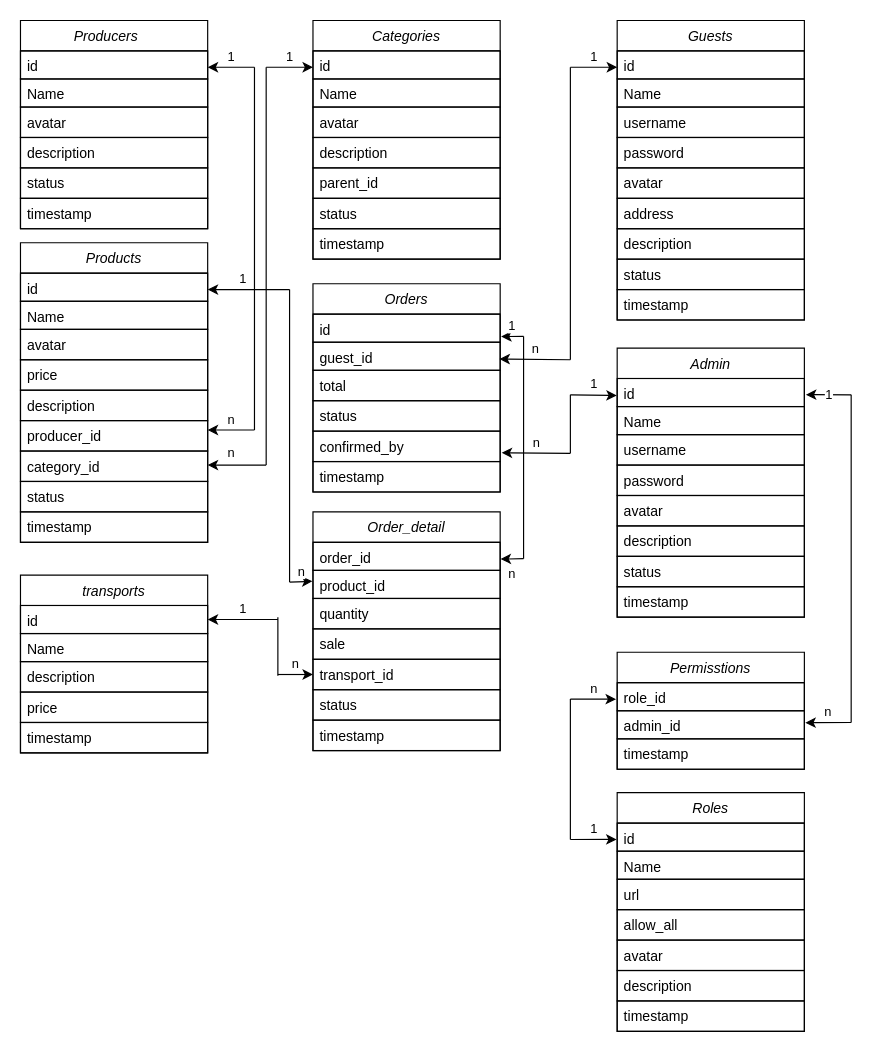
Above: DeTai.drawio in congthuan012/DeTai (draw.io), before the change. Source tidied: cells renumbered, new cells numbered last; positions are measured from the earlier drawing's top-left corner, leaving out a move shared by most shapes. Both pictures are drawn from the tidied source at 117%, with x=0, y=0 at pixel (20, 20).
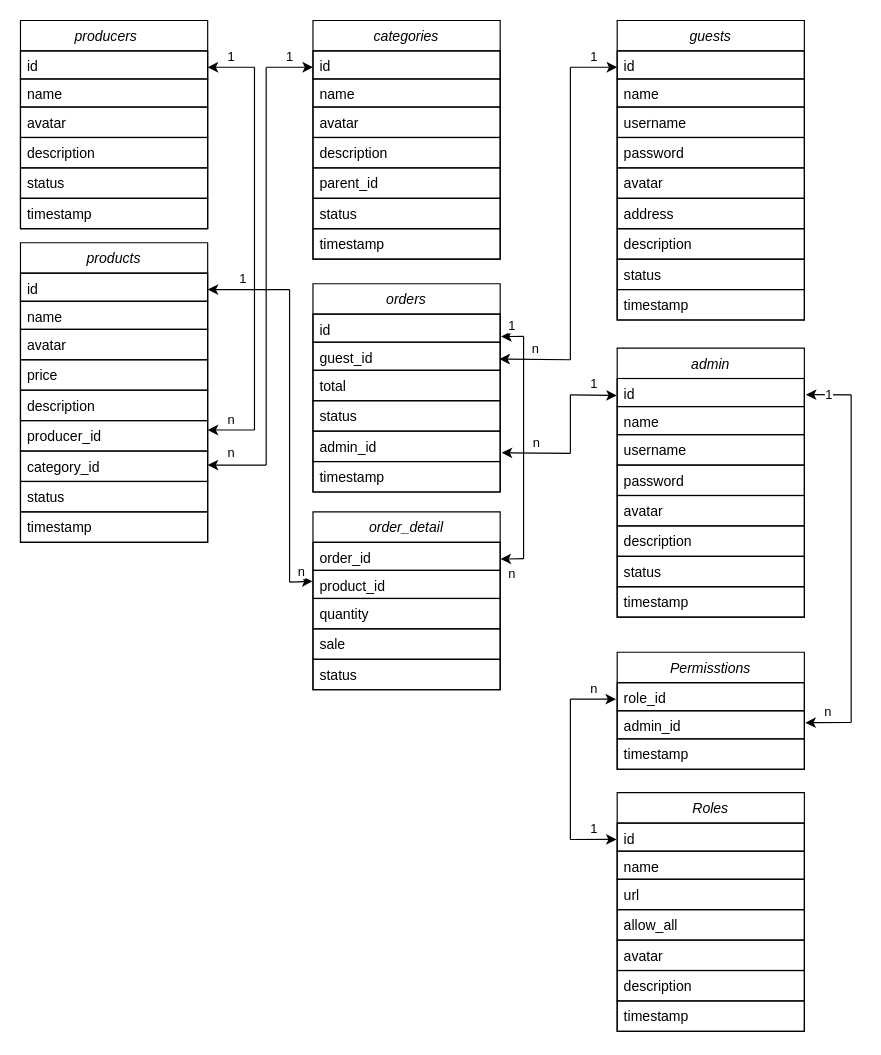
The same page after the edit.

Unchanged cells that the change refers to:
```xml
<mxCell id="67" value="Roles" style="swimlane;fontStyle=2;align=center;verticalAlign=top;horizontal=1;startSize=26;rounded=0;shadow=0;strokeWidth=1;strokeColor=default;" parent="1" vertex="1">
  <mxGeometry x="510" y="660" width="160" height="204" as="geometry" />
</mxCell>
```

Diff of the diagram source:
```diff
@@
-    <mxCell id="2" value="Producers    " style="swimlane;fontStyle=2;align=center;verticalAlign=top;horizontal=1;startSize=26;rounded=0;shadow=0;strokeWidth=1;strokeColor=default;" parent="1" vertex="1">
+    <mxCell id="2" value="producers    " style="swimlane;fontStyle=2;align=center;verticalAlign=top;horizontal=1;startSize=26;rounded=0;shadow=0;strokeWidth=1;strokeColor=default;" parent="1" vertex="1">
       <mxGeometry width="160" height="178" as="geometry" />
     </mxCell>
@@
-    <mxCell id="4" value="Name" style="text;align=left;verticalAlign=top;spacingLeft=4;spacingRight=4;overflow=hidden;strokeColor=default;" parent="2" vertex="1">
-      <mxGeometry y="50" width="160" height="24" as="geometry" />
-    </mxCell>
+    <mxCell id="106" value="name" style="text;align=left;verticalAlign=top;spacingLeft=4;spacingRight=4;overflow=hidden;strokeColor=default;" parent="2" vertex="1">
+      <mxGeometry y="50" width="160" height="24" as="geometry" />
+    </mxCell>
@@
-    <mxCell id="9" value="Products" style="swimlane;fontStyle=2;align=center;verticalAlign=top;horizontal=1;startSize=26;rounded=0;shadow=0;strokeWidth=1;strokeColor=default;" parent="1" vertex="1">
+    <mxCell id="9" value="products" style="swimlane;fontStyle=2;align=center;verticalAlign=top;horizontal=1;startSize=26;rounded=0;shadow=0;strokeWidth=1;strokeColor=default;" parent="1" vertex="1">
       <mxGeometry y="190" width="160" height="256" as="geometry" />
     </mxCell>
@@
-    <mxCell id="11" value="Name" style="text;align=left;verticalAlign=top;spacingLeft=4;spacingRight=4;overflow=hidden;strokeColor=default;fillColor=none;" parent="9" vertex="1">
-      <mxGeometry y="50" width="160" height="24" as="geometry" />
-    </mxCell>
+    <mxCell id="107" value="name" style="text;align=left;verticalAlign=top;spacingLeft=4;spacingRight=4;overflow=hidden;strokeColor=default;" parent="9" vertex="1">
+      <mxGeometry y="50" width="160" height="24" as="geometry" />
+    </mxCell>
@@
-    <mxCell id="19" value="Categories" style="swimlane;fontStyle=2;align=center;verticalAlign=top;horizontal=1;startSize=26;rounded=0;shadow=0;strokeWidth=1;strokeColor=default;" parent="1" vertex="1">
+    <mxCell id="19" value="categories" style="swimlane;fontStyle=2;align=center;verticalAlign=top;horizontal=1;startSize=26;rounded=0;shadow=0;strokeWidth=1;strokeColor=default;" parent="1" vertex="1">
       <mxGeometry x="250" width="160" height="204" as="geometry" />
     </mxCell>
@@
-    <mxCell id="21" value="Name" style="text;align=left;verticalAlign=top;spacingLeft=4;spacingRight=4;overflow=hidden;strokeColor=default;" parent="19" vertex="1">
-      <mxGeometry y="50" width="160" height="24" as="geometry" />
-    </mxCell>
+    <mxCell id="108" value="name" style="text;align=left;verticalAlign=top;spacingLeft=4;spacingRight=4;overflow=hidden;strokeColor=default;" parent="19" vertex="1">
+      <mxGeometry y="50" width="160" height="24" as="geometry" />
+    </mxCell>
@@
-    <mxCell id="27" value="Orders" style="swimlane;fontStyle=2;align=center;verticalAlign=top;horizontal=1;startSize=26;rounded=0;shadow=0;strokeWidth=1;strokeColor=default;" parent="1" vertex="1">
+    <mxCell id="27" value="orders" style="swimlane;fontStyle=2;align=center;verticalAlign=top;horizontal=1;startSize=26;rounded=0;shadow=0;strokeWidth=1;strokeColor=default;" parent="1" vertex="1">
       <mxGeometry x="250" y="225" width="160" height="178" as="geometry" />
     </mxCell>
@@
-    <mxCell id="32" value="confirmed_by" style="text;align=left;verticalAlign=top;spacingLeft=4;spacingRight=4;overflow=hidden;points=[[0,0.5],[1,0.5]];portConstraint=eastwest;rounded=0;shadow=0;html=0;strokeColor=default;" parent="27" vertex="1">
+    <mxCell id="32" value="admin_id" style="text;align=left;verticalAlign=top;spacingLeft=4;spacingRight=4;overflow=hidden;points=[[0,0.5],[1,0.5]];portConstraint=eastwest;rounded=0;shadow=0;html=0;strokeColor=default;" parent="27" vertex="1">
       <mxGeometry y="126" width="160" height="26" as="geometry" />
     </mxCell>
@@
-    <mxCell id="34" value="transports" style="swimlane;fontStyle=2;align=center;verticalAlign=top;horizontal=1;startSize=26;rounded=0;shadow=0;strokeWidth=1;strokeColor=default;" parent="1" vertex="1">
-      <mxGeometry y="474" width="160" height="152" as="geometry" />
-    </mxCell>
-    <mxCell id="35" value="id    " style="text;align=left;verticalAlign=top;spacingLeft=4;spacingRight=4;overflow=hidden;points=[[0,0.5],[1,0.5]];portConstraint=eastwest;strokeColor=default;" parent="34" vertex="1">
-      <mxGeometry y="26" width="160" height="24" as="geometry" />
-    </mxCell>
-    <mxCell id="36" value="Name" style="text;align=left;verticalAlign=top;spacingLeft=4;spacingRight=4;overflow=hidden;strokeColor=default;" parent="34" vertex="1">
-      <mxGeometry y="50" width="160" height="24" as="geometry" />
-    </mxCell>
-    <mxCell id="37" value="description    " style="text;align=left;verticalAlign=top;spacingLeft=4;spacingRight=4;overflow=hidden;rounded=0;shadow=0;html=0;strokeColor=default;" parent="34" vertex="1">
-      <mxGeometry y="74" width="160" height="26" as="geometry" />
-    </mxCell>
-    <mxCell id="38" value="price" style="text;align=left;verticalAlign=top;spacingLeft=4;spacingRight=4;overflow=hidden;rounded=0;shadow=0;html=0;strokeColor=default;" parent="34" vertex="1">
-      <mxGeometry y="100" width="160" height="26" as="geometry" />
-    </mxCell>
-    <mxCell id="39" value="timestamp" style="text;align=left;verticalAlign=top;spacingLeft=4;spacingRight=4;overflow=hidden;rounded=0;shadow=0;html=0;strokeColor=default;" parent="34" vertex="1">
-      <mxGeometry y="126" width="160" height="26" as="geometry" />
-    </mxCell>
-    <mxCell id="40" value="Order_detail" style="swimlane;fontStyle=2;align=center;verticalAlign=top;horizontal=1;startSize=26;rounded=0;shadow=0;strokeWidth=1;strokeColor=default;" parent="1" vertex="1">
-      <mxGeometry x="250" y="420" width="160" height="204" as="geometry" />
+    <mxCell id="40" value="order_detail" style="swimlane;fontStyle=2;align=center;verticalAlign=top;horizontal=1;startSize=26;rounded=0;shadow=0;strokeWidth=1;strokeColor=default;" parent="1" vertex="1">
+      <mxGeometry x="250" y="420" width="160" height="152" as="geometry" />
     </mxCell>
@@
-    <mxCell id="45" value="transport_id" style="text;align=left;verticalAlign=top;spacingLeft=4;spacingRight=4;overflow=hidden;points=[[0,0.5],[1,0.5]];portConstraint=eastwest;rounded=0;shadow=0;html=0;strokeColor=default;" parent="40" vertex="1">
-      <mxGeometry y="126" width="160" height="26" as="geometry" />
-    </mxCell>
     <mxCell id="46" value="status&#10;" style="text;align=left;verticalAlign=top;spacingLeft=4;spacingRight=4;overflow=hidden;rounded=0;shadow=0;html=0;strokeColor=default;" parent="40" vertex="1">
-      <mxGeometry y="152" width="160" height="26" as="geometry" />
+      <mxGeometry y="126" width="160" height="26" as="geometry" />
     </mxCell>
-    <mxCell id="47" value="timestamp" style="text;align=left;verticalAlign=top;spacingLeft=4;spacingRight=4;overflow=hidden;rounded=0;shadow=0;html=0;strokeColor=default;" parent="40" vertex="1">
-      <mxGeometry y="178" width="160" height="26" as="geometry" />
-    </mxCell>
-    <mxCell id="48" value="Guests" style="swimlane;fontStyle=2;align=center;verticalAlign=top;horizontal=1;startSize=26;rounded=0;shadow=0;strokeWidth=1;strokeColor=default;" parent="1" vertex="1">
+    <mxCell id="48" value="guests" style="swimlane;fontStyle=2;align=center;verticalAlign=top;horizontal=1;startSize=26;rounded=0;shadow=0;strokeWidth=1;strokeColor=default;" parent="1" vertex="1">
       <mxGeometry x="510" width="160" height="256" as="geometry" />
     </mxCell>
@@
-    <mxCell id="50" value="Name" style="text;align=left;verticalAlign=top;spacingLeft=4;spacingRight=4;overflow=hidden;strokeColor=default;" parent="48" vertex="1">
+    <mxCell id="50" value="name" style="text;align=left;verticalAlign=top;spacingLeft=4;spacingRight=4;overflow=hidden;strokeColor=default;" parent="48" vertex="1">
       <mxGeometry y="50" width="160" height="24" as="geometry" />
     </mxCell>
@@
-    <mxCell id="58" value="Admin" style="swimlane;fontStyle=2;align=center;verticalAlign=top;horizontal=1;startSize=26;rounded=0;shadow=0;strokeWidth=1;strokeColor=default;" parent="1" vertex="1">
+    <mxCell id="58" value="admin" style="swimlane;fontStyle=2;align=center;verticalAlign=top;horizontal=1;startSize=26;rounded=0;shadow=0;strokeWidth=1;strokeColor=default;" parent="1" vertex="1">
       <mxGeometry x="510" y="280" width="160" height="230" as="geometry" />
     </mxCell>
@@
-    <mxCell id="60" value="Name" style="text;align=left;verticalAlign=top;spacingLeft=4;spacingRight=4;overflow=hidden;strokeColor=default;" parent="58" vertex="1">
-      <mxGeometry y="50" width="160" height="24" as="geometry" />
-    </mxCell>
+    <mxCell id="109" value="name" style="text;align=left;verticalAlign=top;spacingLeft=4;spacingRight=4;overflow=hidden;strokeColor=default;" parent="58" vertex="1">
+      <mxGeometry y="50" width="160" height="24" as="geometry" />
+    </mxCell>
@@
-    <mxCell id="69" value="Name" style="text;align=left;verticalAlign=top;spacingLeft=4;spacingRight=4;overflow=hidden;strokeColor=default;" parent="67" vertex="1">
-      <mxGeometry y="50" width="160" height="24" as="geometry" />
-    </mxCell>
+    <mxCell id="110" value="name" style="text;align=left;verticalAlign=top;spacingLeft=4;spacingRight=4;overflow=hidden;strokeColor=default;" parent="67" vertex="1">
+      <mxGeometry y="50" width="160" height="24" as="geometry" />
+    </mxCell>
@@
-    <mxCell id="85" value="n" style="endArrow=classic;html=1;rounded=0;shadow=0;sketch=0;strokeColor=default;entryX=0;entryY=0.5;entryDx=0;entryDy=0;verticalAlign=bottom;" parent="1" edge="1" target="45">
-      <mxGeometry relative="1" as="geometry">
-        <mxPoint x="220" y="559" as="sourcePoint" />
-      </mxGeometry>
-    </mxCell>
-    <mxCell id="86" style="endArrow=none;html=1;rounded=0;shadow=0;sketch=0;strokeColor=default;" parent="1" edge="1">
-      <mxGeometry relative="1" as="geometry">
-        <mxPoint x="220" y="560" as="sourcePoint" />
-        <mxPoint x="220" y="510" as="targetPoint" />
-      </mxGeometry>
-    </mxCell>
-    <mxCell id="87" value="1" style="endArrow=classic;html=1;rounded=0;shadow=0;sketch=0;strokeColor=default;entryX=1;entryY=0.5;entryDx=0;entryDy=0;verticalAlign=bottom;" parent="1" edge="1" target="35">
-      <mxGeometry relative="1" as="geometry">
-        <mxPoint x="220" y="512" as="sourcePoint" />
-      </mxGeometry>
-    </mxCell>
```
